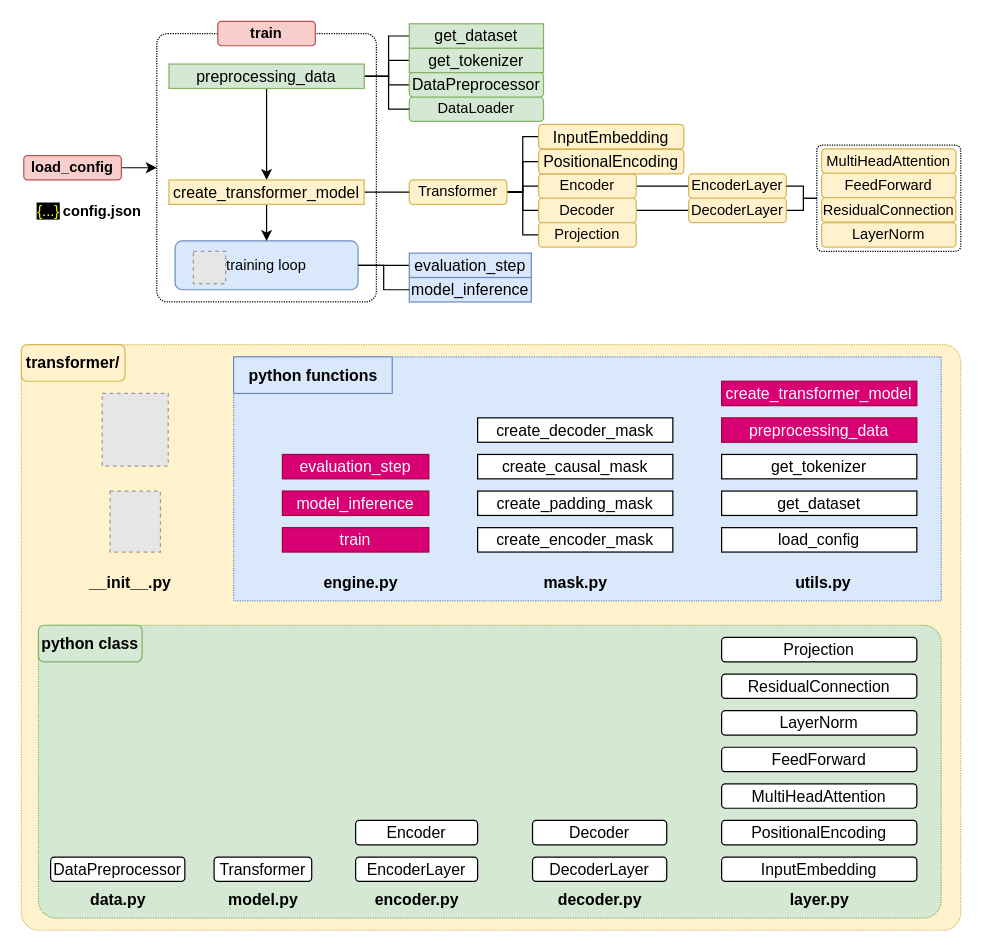
tanquangduong/transformer-pt keeps this draw.io diagram as page "transformer-implementation" (9 of 9) of illustration/transformer.drawio. Above is the earlier version. Source tidied: cells renumbered, new cells numbered last; positions are measured from the earlier drawing's top-left corner, leaving out a move shared by most shapes. Both pictures are drawn from the tidied source at 122%, with x=0, y=0 at pixel (21, 21). Pictures stored in the file or linked from it are replaced by grey dashed boxes.
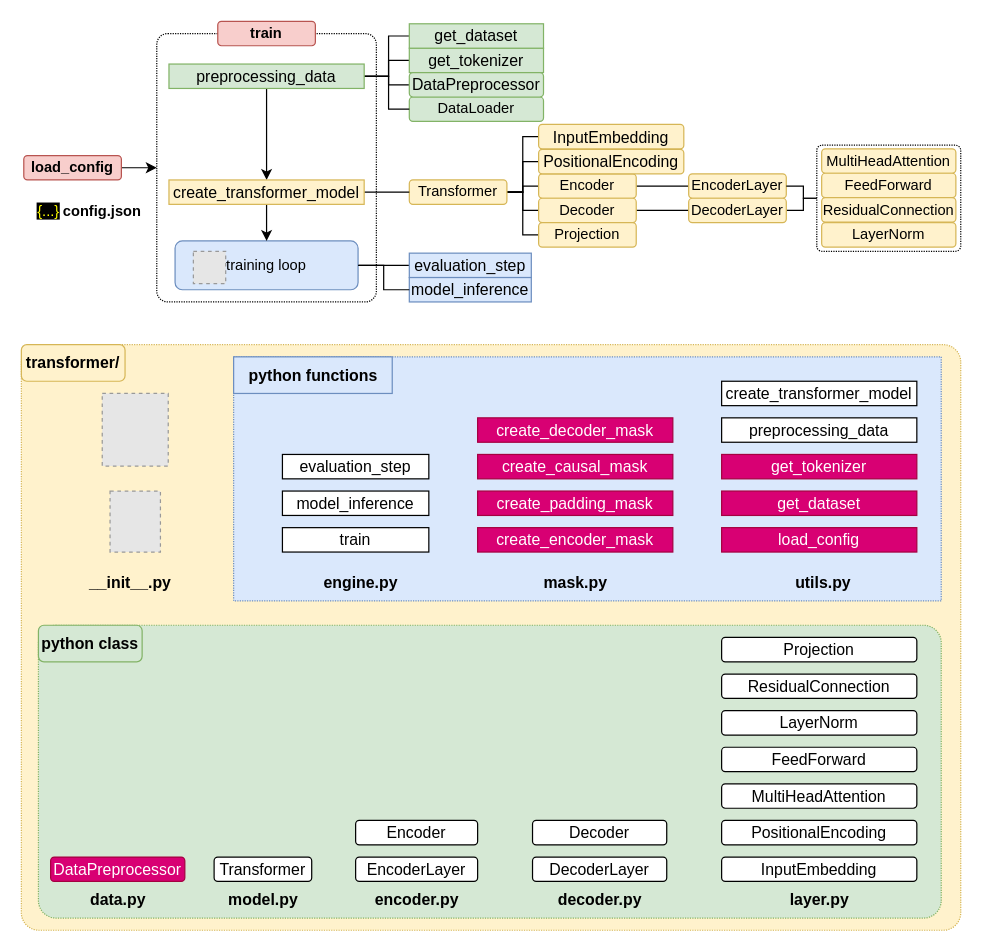
The same page after the edit.

What changed in the source:
```diff
@@
-    <mxCell id="48" value="preprocessing_data" style="rounded=0;whiteSpace=wrap;html=1;fontSize=13;fillColor=#d80073;fontColor=#ffffff;strokeColor=#A50040;" parent="1" vertex="1">
+    <mxCell id="48" value="preprocessing_data" style="rounded=0;whiteSpace=wrap;html=1;fontSize=13;" parent="1" vertex="1">
       <mxGeometry x="574" y="325" width="160" height="20" as="geometry" />
     </mxCell>
@@
-    <mxCell id="52" value="get_tokenizer" style="rounded=0;whiteSpace=wrap;html=1;fontSize=13;" parent="1" vertex="1">
+    <mxCell id="52" value="get_tokenizer" style="rounded=0;whiteSpace=wrap;html=1;fontSize=13;fillColor=#d80073;fontColor=#ffffff;strokeColor=#A50040;" parent="1" vertex="1">
       <mxGeometry x="574" y="355" width="160" height="20" as="geometry" />
     </mxCell>
-    <mxCell id="53" value="get_dataset" style="rounded=0;whiteSpace=wrap;html=1;fontSize=13;" parent="1" vertex="1">
+    <mxCell id="53" value="get_dataset" style="rounded=0;whiteSpace=wrap;html=1;fontSize=13;fillColor=#d80073;fontColor=#ffffff;strokeColor=#A50040;" parent="1" vertex="1">
       <mxGeometry x="574" y="385" width="160" height="20" as="geometry" />
     </mxCell>
-    <mxCell id="54" value="load_config" style="rounded=0;whiteSpace=wrap;html=1;fontSize=13;" parent="1" vertex="1">
+    <mxCell id="54" value="load_config" style="rounded=0;whiteSpace=wrap;html=1;fontSize=13;fillColor=#d80073;fontColor=#ffffff;strokeColor=#A50040;" parent="1" vertex="1">
       <mxGeometry x="574" y="415" width="160" height="20" as="geometry" />
     </mxCell>
-    <mxCell id="55" value="create_transformer_model" style="rounded=0;whiteSpace=wrap;html=1;fontSize=13;fillColor=#d80073;fontColor=#ffffff;strokeColor=#A50040;" parent="1" vertex="1">
+    <mxCell id="55" value="create_transformer_model" style="rounded=0;whiteSpace=wrap;html=1;fontSize=13;" parent="1" vertex="1">
       <mxGeometry x="574" y="295" width="160" height="20" as="geometry" />
     </mxCell>
@@
-    <mxCell id="57" value="DataPreprocessor" style="rounded=1;whiteSpace=wrap;html=1;fontSize=13;" parent="1" vertex="1">
+    <mxCell id="57" value="DataPreprocessor" style="rounded=1;whiteSpace=wrap;html=1;fontSize=13;fillColor=#d80073;fontColor=#ffffff;strokeColor=#A50040;" parent="1" vertex="1">
       <mxGeometry x="24" y="685" width="110" height="20" as="geometry" />
     </mxCell>
-    <mxCell id="58" value="create_encoder_mask" style="rounded=0;whiteSpace=wrap;html=1;fontSize=13;" parent="1" vertex="1">
+    <mxCell id="58" value="create_encoder_mask" style="rounded=0;whiteSpace=wrap;html=1;fontSize=13;fillColor=#d80073;fontColor=#ffffff;strokeColor=#A50040;" parent="1" vertex="1">
       <mxGeometry x="374" y="415" width="160" height="20" as="geometry" />
     </mxCell>
-    <mxCell id="59" value="create_padding_mask" style="rounded=0;whiteSpace=wrap;html=1;fontSize=13;" parent="1" vertex="1">
+    <mxCell id="59" value="create_padding_mask" style="rounded=0;whiteSpace=wrap;html=1;fontSize=13;fillColor=#d80073;fontColor=#ffffff;strokeColor=#A50040;" parent="1" vertex="1">
       <mxGeometry x="374" y="385" width="160" height="20" as="geometry" />
     </mxCell>
-    <mxCell id="60" value="create_causal_mask" style="rounded=0;whiteSpace=wrap;html=1;fontSize=13;" parent="1" vertex="1">
+    <mxCell id="60" value="create_causal_mask" style="rounded=0;whiteSpace=wrap;html=1;fontSize=13;fillColor=#d80073;fontColor=#ffffff;strokeColor=#A50040;" parent="1" vertex="1">
       <mxGeometry x="374" y="355" width="160" height="20" as="geometry" />
     </mxCell>
-    <mxCell id="61" value="create_decoder_mask" style="rounded=0;whiteSpace=wrap;html=1;fontSize=13;" parent="1" vertex="1">
+    <mxCell id="61" value="create_decoder_mask" style="rounded=0;whiteSpace=wrap;html=1;fontSize=13;fillColor=#d80073;fontColor=#ffffff;strokeColor=#A50040;" parent="1" vertex="1">
       <mxGeometry x="374" y="325" width="160" height="20" as="geometry" />
     </mxCell>
-    <mxCell id="62" value="train" style="rounded=0;whiteSpace=wrap;html=1;fontSize=13;fillColor=#d80073;fontColor=#ffffff;strokeColor=#A50040;" parent="1" vertex="1">
+    <mxCell id="62" value="train" style="rounded=0;whiteSpace=wrap;html=1;fontSize=13;" parent="1" vertex="1">
       <mxGeometry x="214" y="415" width="120" height="20" as="geometry" />
     </mxCell>
-    <mxCell id="63" value="model_inference" style="rounded=0;whiteSpace=wrap;html=1;fontSize=13;fillColor=#d80073;fontColor=#ffffff;strokeColor=#A50040;" parent="1" vertex="1">
+    <mxCell id="63" value="model_inference" style="rounded=0;whiteSpace=wrap;html=1;fontSize=13;" parent="1" vertex="1">
       <mxGeometry x="214" y="385" width="120" height="20" as="geometry" />
     </mxCell>
-    <mxCell id="64" value="evaluation_step" style="rounded=0;whiteSpace=wrap;html=1;fontSize=13;fillColor=#d80073;fontColor=#ffffff;strokeColor=#A50040;" parent="1" vertex="1">
+    <mxCell id="64" value="evaluation_step" style="rounded=0;whiteSpace=wrap;html=1;fontSize=13;" parent="1" vertex="1">
       <mxGeometry x="214" y="355" width="120" height="20" as="geometry" />
     </mxCell>
```
